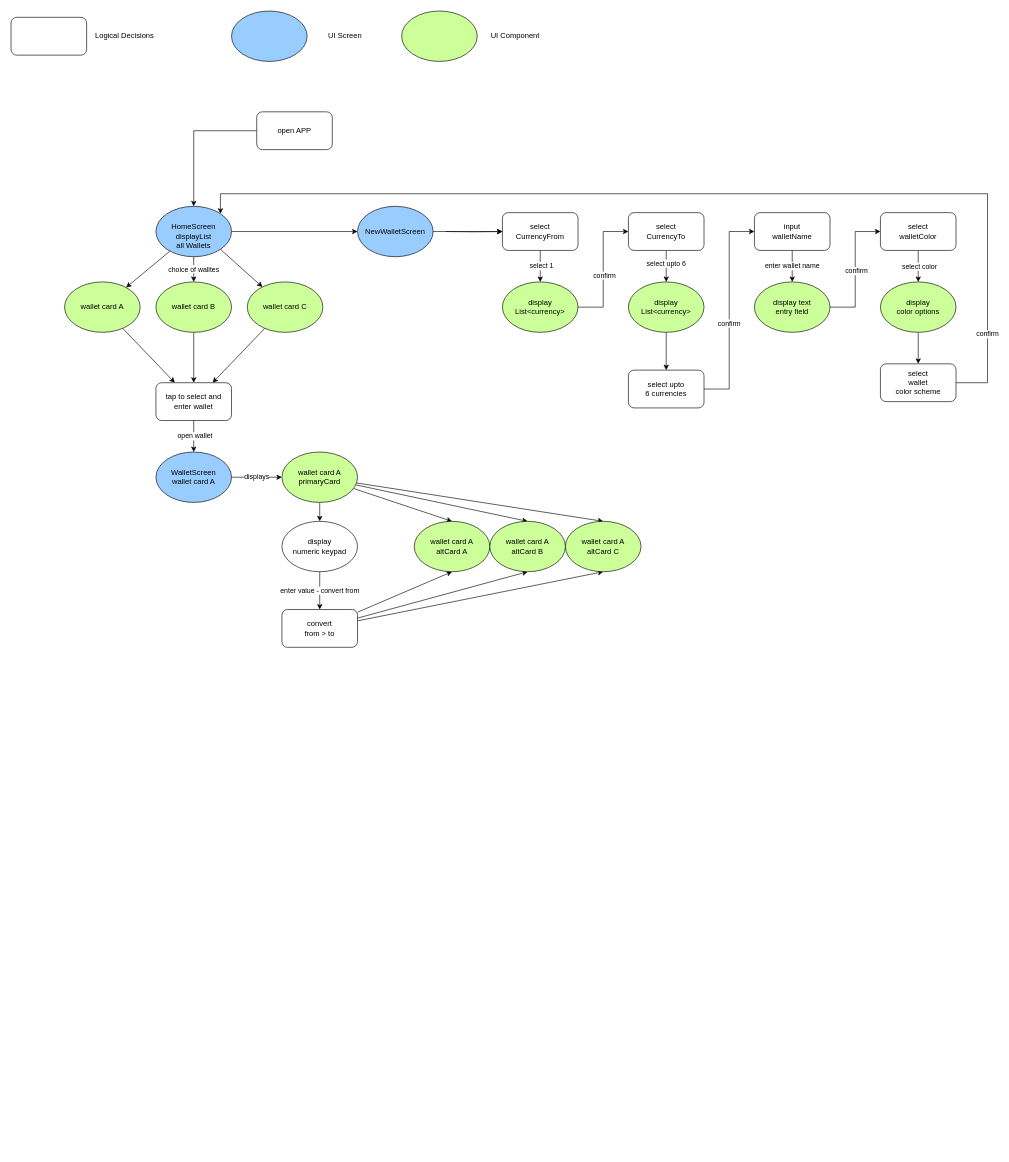
Above: Copy of CurrencyX.drawio in carlstep/currencyxpro (draw.io), before the change. Source tidied: cells renumbered, new cells numbered last; positions are measured from the earlier drawing's top-left corner, leaving out a move shared by most shapes. Both pictures are drawn from the tidied source at 63%, with x=0, y=0 at pixel (11, 11).
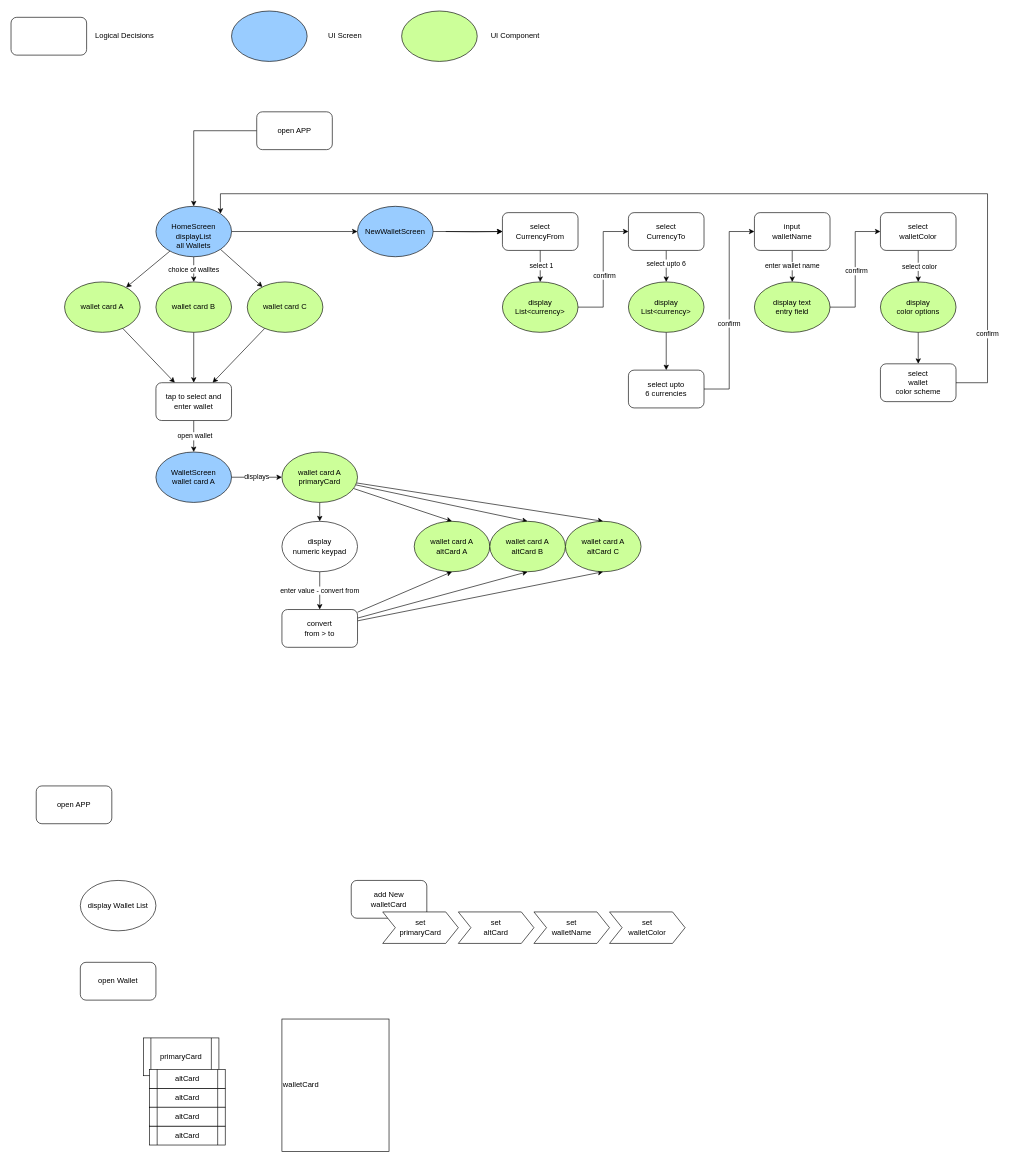
Above is the later version.

Change to the diagram source:
```diff
@@
+    <mxCell id="70" value="&lt;div align=&quot;left&quot;&gt;walletCard&lt;/div&gt;" style="rounded=0;whiteSpace=wrap;html=1;align=left;" parent="1" vertex="1">
+      <mxGeometry x="430" y="1600" width="170" height="210" as="geometry" />
+    </mxCell>
@@
+    <mxCell id="71" value="open APP" style="rounded=1;whiteSpace=wrap;html=1;" parent="1" vertex="1">
+      <mxGeometry x="40" y="1230" width="120" height="60" as="geometry" />
+    </mxCell>
+    <mxCell id="72" value="display Wallet List" style="ellipse;whiteSpace=wrap;html=1;" parent="1" vertex="1">
+      <mxGeometry x="110" y="1380" width="120" height="80" as="geometry" />
+    </mxCell>
+    <mxCell id="73" value="open Wallet" style="rounded=1;whiteSpace=wrap;html=1;" parent="1" vertex="1">
+      <mxGeometry x="110" y="1510" width="120" height="60" as="geometry" />
+    </mxCell>
+    <mxCell id="74" value="&lt;div&gt;add New &lt;br&gt;&lt;/div&gt;&lt;div&gt;walletCard&lt;/div&gt;" style="rounded=1;whiteSpace=wrap;html=1;" parent="1" vertex="1">
+      <mxGeometry x="540" y="1380" width="120" height="60" as="geometry" />
+    </mxCell>
+    <mxCell id="75" value="primaryCard" style="shape=process;whiteSpace=wrap;html=1;backgroundOutline=1;" parent="1" vertex="1">
+      <mxGeometry x="210" y="1630" width="120" height="60" as="geometry" />
+    </mxCell>
+    <mxCell id="76" value="altCard" style="shape=process;whiteSpace=wrap;html=1;backgroundOutline=1;" parent="1" vertex="1">
+      <mxGeometry x="220" y="1710" width="120" height="30" as="geometry" />
+    </mxCell>
+    <mxCell id="77" value="altCard" style="shape=process;whiteSpace=wrap;html=1;backgroundOutline=1;" parent="1" vertex="1">
+      <mxGeometry x="220" y="1680" width="120" height="30" as="geometry" />
+    </mxCell>
+    <mxCell id="78" value="altCard" style="shape=process;whiteSpace=wrap;html=1;backgroundOutline=1;" parent="1" vertex="1">
+      <mxGeometry x="220" y="1770" width="120" height="30" as="geometry" />
+    </mxCell>
+    <mxCell id="79" value="altCard" style="shape=process;whiteSpace=wrap;html=1;backgroundOutline=1;" parent="1" vertex="1">
+      <mxGeometry x="220" y="1740" width="120" height="30" as="geometry" />
+    </mxCell>
+    <mxCell id="80" value="&lt;div&gt;set &lt;br&gt;&lt;/div&gt;&lt;div&gt;altCard&lt;/div&gt;" style="shape=step;perimeter=stepPerimeter;whiteSpace=wrap;html=1;fixedSize=1;" parent="1" vertex="1">
+      <mxGeometry x="710" y="1430" width="120" height="50" as="geometry" />
+    </mxCell>
+    <mxCell id="81" value="&lt;div&gt;set &lt;br&gt;&lt;/div&gt;&lt;div&gt;primaryCard&lt;/div&gt;" style="shape=step;perimeter=stepPerimeter;whiteSpace=wrap;html=1;fixedSize=1;" parent="1" vertex="1">
+      <mxGeometry x="590" y="1430" width="120" height="50" as="geometry" />
+    </mxCell>
+    <mxCell id="82" value="&lt;div&gt;set &lt;br&gt;&lt;/div&gt;&lt;div&gt;walletName&lt;/div&gt;" style="shape=step;perimeter=stepPerimeter;whiteSpace=wrap;html=1;fixedSize=1;" parent="1" vertex="1">
+      <mxGeometry x="830" y="1430" width="120" height="50" as="geometry" />
+    </mxCell>
+    <mxCell id="83" value="&lt;div&gt;set &lt;br&gt;&lt;/div&gt;&lt;div&gt;walletColor&lt;/div&gt;" style="shape=step;perimeter=stepPerimeter;whiteSpace=wrap;html=1;fixedSize=1;" parent="1" vertex="1">
+      <mxGeometry x="950" y="1430" width="120" height="50" as="geometry" />
+    </mxCell>
```
